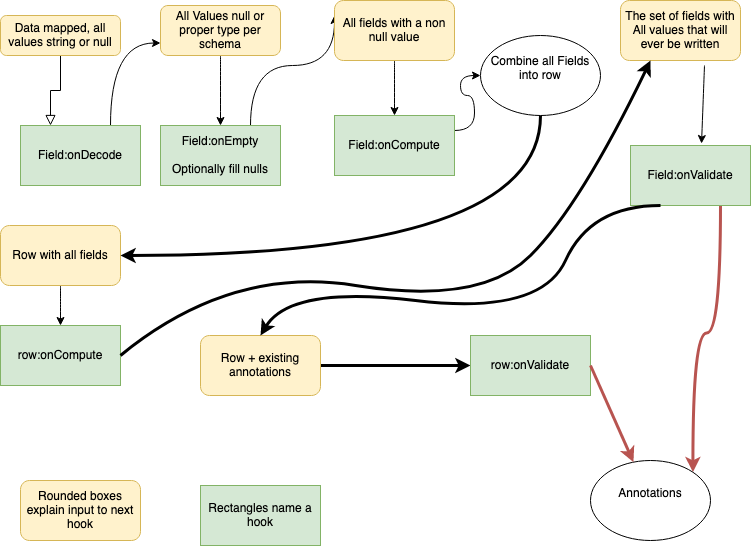
Before: assets/Event-Sequence.png, a diagram exported from draw.io (FlatFilers/platform-sdk-starter). Source tidied: cells renumbered, new cells last; positions are measured from the earlier drawing's top-left corner, leaving out a move shared by most shapes. The source it was exported from:
```xml
<mxGraphModel>
  <root>
    <mxCell id="0" />
    <mxCell id="1" parent="0" />
    <mxCell id="2" style="rounded=0;html=1;jettySize=auto;fontSize=11;endArrow=block;endFill=0;endSize=8;strokeWidth=1;shadow=0;labelBackgroundColor=none;edgeStyle=orthogonalEdgeStyle;entryX=0.25;entryY=0;entryDx=0;entryDy=0;" parent="1" edge="1" source="3" target="5">
      <mxGeometry relative="1" as="geometry" />
    </mxCell>
    <mxCell id="3" value="&lt;div&gt;Data mapped, all values string or null&lt;/div&gt;" style="rounded=1;whiteSpace=wrap;html=1;fontSize=12;glass=0;strokeWidth=1;shadow=0;fillColor=#fff2cc;strokeColor=#d6b656;" parent="1" vertex="1">
      <mxGeometry y="15" width="120" height="40" as="geometry" />
    </mxCell>
    <mxCell id="4" style="edgeStyle=orthogonalEdgeStyle;jettySize=auto;html=1;exitX=0.75;exitY=0;exitDx=0;exitDy=0;entryX=0;entryY=0.75;entryDx=0;entryDy=0;curved=1;" parent="1" edge="1" source="5" target="7">
      <mxGeometry relative="1" as="geometry" />
    </mxCell>
    <mxCell id="5" value="Field:onDecode" style="rounded=0;whiteSpace=wrap;html=1;fillColor=#d5e8d4;strokeColor=#82b366;" parent="1" vertex="1">
      <mxGeometry x="20" y="125" width="120" height="60" as="geometry" />
    </mxCell>
    <mxCell id="6" style="edgeStyle=orthogonalEdgeStyle;curved=1;jettySize=auto;html=1;exitX=0.5;exitY=1;exitDx=0;exitDy=0;entryX=0.5;entryY=0;entryDx=0;entryDy=0;" parent="1" edge="1" source="7" target="9">
      <mxGeometry relative="1" as="geometry" />
    </mxCell>
    <mxCell id="7" value="&lt;div&gt;All Values null or proper type per schema&lt;/div&gt;" style="rounded=1;whiteSpace=wrap;html=1;fillColor=#fff2cc;strokeColor=#d6b656;" parent="1" vertex="1">
      <mxGeometry x="160" y="5" width="120" height="50" as="geometry" />
    </mxCell>
    <mxCell id="8" style="edgeStyle=orthogonalEdgeStyle;curved=1;jettySize=auto;html=1;exitX=0.75;exitY=0;exitDx=0;exitDy=0;entryX=0;entryY=0.25;entryDx=0;entryDy=0;" parent="1" edge="1" source="9" target="11">
      <mxGeometry relative="1" as="geometry">
        <Array as="points">
          <mxPoint x="250" y="65" />
          <mxPoint x="334" y="65" />
        </Array>
      </mxGeometry>
    </mxCell>
    <mxCell id="9" value="&lt;div&gt;Field:onEmpty&lt;/div&gt;&lt;br&gt;Optionally fill nulls" style="rounded=0;whiteSpace=wrap;html=1;fillColor=#d5e8d4;strokeColor=#82b366;" parent="1" vertex="1">
      <mxGeometry x="160" y="125" width="120" height="60" as="geometry" />
    </mxCell>
    <mxCell id="10" style="edgeStyle=orthogonalEdgeStyle;curved=1;jettySize=auto;html=1;exitX=0.5;exitY=1;exitDx=0;exitDy=0;" parent="1" edge="1" source="11" target="13">
      <mxGeometry relative="1" as="geometry" />
    </mxCell>
    <mxCell id="11" value="&lt;div&gt;All fields with a non null value&lt;/div&gt;" style="rounded=1;whiteSpace=wrap;html=1;fillColor=#fff2cc;strokeColor=#d6b656;" parent="1" vertex="1">
      <mxGeometry x="334" width="120" height="60" as="geometry" />
    </mxCell>
    <mxCell id="12" style="edgeStyle=orthogonalEdgeStyle;curved=1;jettySize=auto;html=1;exitX=1;exitY=0.25;exitDx=0;exitDy=0;" parent="1" edge="1" source="13" target="19">
      <mxGeometry relative="1" as="geometry" />
    </mxCell>
    <mxCell id="13" value="&lt;div&gt;Field:onCompute&lt;/div&gt;" style="rounded=0;whiteSpace=wrap;html=1;fillColor=#d5e8d4;strokeColor=#82b366;" parent="1" vertex="1">
      <mxGeometry x="334" y="115" width="120" height="60" as="geometry" />
    </mxCell>
    <mxCell id="14" style="edgeStyle=orthogonalEdgeStyle;curved=1;jettySize=auto;html=1;exitX=0.5;exitY=1;exitDx=0;exitDy=0;" parent="1" edge="1" source="15" target="16">
      <mxGeometry relative="1" as="geometry" />
    </mxCell>
    <mxCell id="15" value="Row with all fields" style="rounded=1;whiteSpace=wrap;html=1;fillColor=#fff2cc;strokeColor=#d6b656;" parent="1" vertex="1">
      <mxGeometry y="225" width="120" height="60" as="geometry" />
    </mxCell>
    <mxCell id="16" value="row:onCompute" style="rounded=0;whiteSpace=wrap;html=1;fillColor=#d5e8d4;strokeColor=#82b366;" parent="1" vertex="1">
      <mxGeometry y="325" width="120" height="60" as="geometry" />
    </mxCell>
    <mxCell id="17" style="endArrow=classic;html=1;curved=1;exitX=0.7;exitY=1.083;exitDx=0;exitDy=0;exitPerimeter=0;entryX=0.592;entryY=-0.033;entryDx=0;entryDy=0;entryPerimeter=0;" parent="1" edge="1" source="20" target="23">
      <mxGeometry relative="1" as="geometry" />
    </mxCell>
    <mxCell id="18" style="edgeStyle=orthogonalEdgeStyle;curved=1;jettySize=auto;html=1;exitX=0.5;exitY=1;exitDx=0;exitDy=0;entryX=1;entryY=0.5;entryDx=0;entryDy=0;strokeWidth=3;" parent="1" edge="1" source="19" target="15">
      <mxGeometry relative="1" as="geometry" />
    </mxCell>
    <mxCell id="19" value="&lt;div&gt;Combine all Fields into row&lt;/div&gt;&lt;div&gt;&lt;br&gt;&lt;/div&gt;" style="ellipse;whiteSpace=wrap;html=1;" parent="1" vertex="1">
      <mxGeometry x="480" y="35" width="120" height="80" as="geometry" />
    </mxCell>
    <mxCell id="20" value="The set of fields with All values that will ever be written" style="rounded=1;whiteSpace=wrap;html=1;fillColor=#fff2cc;strokeColor=#d6b656;" parent="1" vertex="1">
      <mxGeometry x="620" width="120" height="60" as="geometry" />
    </mxCell>
    <mxCell id="21" style="endArrow=classic;html=1;curved=1;exitX=1;exitY=0.5;exitDx=0;exitDy=0;entryX=0.25;entryY=1;entryDx=0;entryDy=0;strokeWidth=3;" parent="1" edge="1" source="16" target="20">
      <mxGeometry relative="1" as="geometry">
        <Array as="points">
          <mxPoint x="230" y="265" />
          <mxPoint x="480" y="305" />
          <mxPoint x="580" y="205" />
        </Array>
      </mxGeometry>
    </mxCell>
    <mxCell id="22" style="edgeStyle=orthogonalEdgeStyle;curved=1;jettySize=auto;html=1;exitX=0.75;exitY=1;exitDx=0;exitDy=0;entryX=1;entryY=0;entryDx=0;entryDy=0;strokeWidth=3;fillColor=#f8cecc;strokeColor=#b85450;" parent="1" edge="1" source="23" target="28">
      <mxGeometry relative="1" as="geometry" />
    </mxCell>
    <mxCell id="23" value="Field:onValidate" style="rounded=0;whiteSpace=wrap;html=1;fillColor=#d5e8d4;strokeColor=#82b366;" parent="1" vertex="1">
      <mxGeometry x="630" y="145" width="120" height="60" as="geometry" />
    </mxCell>
    <mxCell id="24" style="edgeStyle=orthogonalEdgeStyle;curved=1;jettySize=auto;html=1;exitX=1;exitY=0.5;exitDx=0;exitDy=0;entryX=0;entryY=0.5;entryDx=0;entryDy=0;strokeWidth=3;" parent="1" edge="1" source="25" target="27">
      <mxGeometry relative="1" as="geometry" />
    </mxCell>
    <mxCell id="25" value="Row + existing annotations" style="rounded=1;whiteSpace=wrap;html=1;fillColor=#fff2cc;strokeColor=#d6b656;" parent="1" vertex="1">
      <mxGeometry x="200" y="335" width="120" height="60" as="geometry" />
    </mxCell>
    <mxCell id="26" style="endArrow=classic;html=1;strokeWidth=3;curved=1;exitX=0.25;exitY=1;exitDx=0;exitDy=0;entryX=0.5;entryY=0;entryDx=0;entryDy=0;" parent="1" edge="1" source="23" target="25">
      <mxGeometry relative="1" as="geometry">
        <Array as="points">
          <mxPoint x="590" y="205" />
          <mxPoint x="540" y="315" />
          <mxPoint x="290" y="285" />
        </Array>
      </mxGeometry>
    </mxCell>
    <mxCell id="27" value="&lt;div&gt;row:onValidate&lt;/div&gt;" style="rounded=0;whiteSpace=wrap;html=1;fillColor=#d5e8d4;strokeColor=#82b366;" parent="1" vertex="1">
      <mxGeometry x="470" y="335" width="120" height="60" as="geometry" />
    </mxCell>
    <mxCell id="28" value="&lt;div&gt;Annotations&lt;/div&gt;&lt;div&gt;&lt;br&gt;&lt;/div&gt;" style="ellipse;whiteSpace=wrap;html=1;" parent="1" vertex="1">
      <mxGeometry x="590" y="460" width="120" height="80" as="geometry" />
    </mxCell>
    <mxCell id="29" style="endArrow=classic;html=1;strokeWidth=3;curved=1;exitX=1;exitY=0.5;exitDx=0;exitDy=0;fillColor=#f8cecc;strokeColor=#b85450;" parent="1" edge="1" source="27" target="28">
      <mxGeometry relative="1" as="geometry" />
    </mxCell>
    <mxCell id="30" value="Rounded boxes explain input to next hook" style="rounded=1;whiteSpace=wrap;html=1;fillColor=#fff2cc;strokeColor=#d6b656;" parent="1" vertex="1">
      <mxGeometry x="20" y="480" width="120" height="60" as="geometry" />
    </mxCell>
    <mxCell id="31" value="Rectangles name a hook" style="rounded=0;whiteSpace=wrap;html=1;fillColor=#d5e8d4;strokeColor=#82b366;" parent="1" vertex="1">
      <mxGeometry x="200" y="485" width="120" height="60" as="geometry" />
    </mxCell>
  </root>
</mxGraphModel>
```
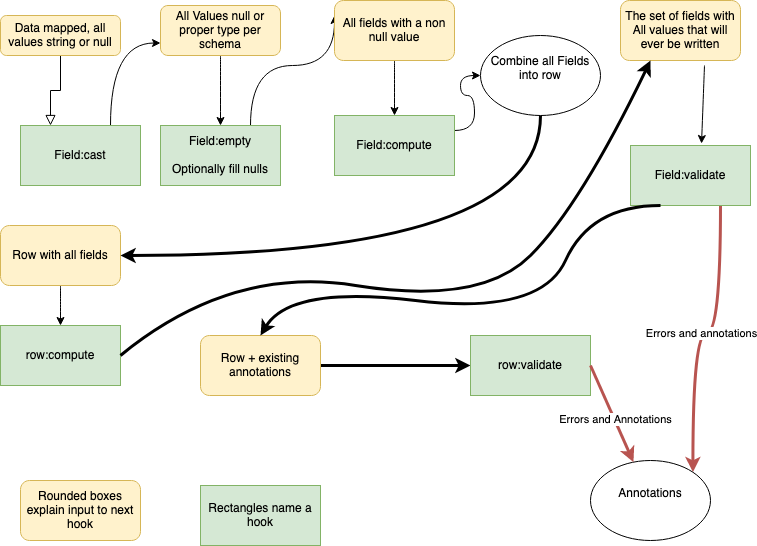
After the change.

Commit message:
updated graphic with new event names

The edit, as a diff of the source:
```diff
@@ -11,7 +11,7 @@
     <mxCell id="4" style="edgeStyle=orthogonalEdgeStyle;jettySize=auto;html=1;exitX=0.75;exitY=0;exitDx=0;exitDy=0;entryX=0;entryY=0.75;entryDx=0;entryDy=0;curved=1;" parent="1" edge="1" source="5" target="7">
       <mxGeometry relative="1" as="geometry" />
     </mxCell>
-    <mxCell id="5" value="Field:onDecode" style="rounded=0;whiteSpace=wrap;html=1;fillColor=#d5e8d4;strokeColor=#82b366;" parent="1" vertex="1">
+    <mxCell id="5" value="Field:cast" style="rounded=0;whiteSpace=wrap;html=1;fillColor=#d5e8d4;strokeColor=#82b366;" parent="1" vertex="1">
       <mxGeometry x="20" y="125" width="120" height="60" as="geometry" />
     </mxCell>
     <mxCell id="6" style="edgeStyle=orthogonalEdgeStyle;curved=1;jettySize=auto;html=1;exitX=0.5;exitY=1;exitDx=0;exitDy=0;entryX=0.5;entryY=0;entryDx=0;entryDy=0;" parent="1" edge="1" source="7" target="9">
@@ -28,7 +28,7 @@
         </Array>
       </mxGeometry>
     </mxCell>
-    <mxCell id="9" value="&lt;div&gt;Field:onEmpty&lt;/div&gt;&lt;br&gt;Optionally fill nulls" style="rounded=0;whiteSpace=wrap;html=1;fillColor=#d5e8d4;strokeColor=#82b366;" parent="1" vertex="1">
+    <mxCell id="9" value="&lt;div&gt;Field:empty&lt;/div&gt;&lt;br&gt;Optionally fill nulls" style="rounded=0;whiteSpace=wrap;html=1;fillColor=#d5e8d4;strokeColor=#82b366;" parent="1" vertex="1">
       <mxGeometry x="160" y="125" width="120" height="60" as="geometry" />
     </mxCell>
     <mxCell id="10" style="edgeStyle=orthogonalEdgeStyle;curved=1;jettySize=auto;html=1;exitX=0.5;exitY=1;exitDx=0;exitDy=0;" parent="1" edge="1" source="11" target="13">
@@ -40,7 +40,7 @@
     <mxCell id="12" style="edgeStyle=orthogonalEdgeStyle;curved=1;jettySize=auto;html=1;exitX=1;exitY=0.25;exitDx=0;exitDy=0;" parent="1" edge="1" source="13" target="19">
       <mxGeometry relative="1" as="geometry" />
     </mxCell>
-    <mxCell id="13" value="&lt;div&gt;Field:onCompute&lt;/div&gt;" style="rounded=0;whiteSpace=wrap;html=1;fillColor=#d5e8d4;strokeColor=#82b366;" parent="1" vertex="1">
+    <mxCell id="13" value="&lt;div&gt;Field:compute&lt;/div&gt;" style="rounded=0;whiteSpace=wrap;html=1;fillColor=#d5e8d4;strokeColor=#82b366;" parent="1" vertex="1">
       <mxGeometry x="334" y="115" width="120" height="60" as="geometry" />
     </mxCell>
     <mxCell id="14" style="edgeStyle=orthogonalEdgeStyle;curved=1;jettySize=auto;html=1;exitX=0.5;exitY=1;exitDx=0;exitDy=0;" parent="1" edge="1" source="15" target="16">
@@ -49,7 +49,7 @@
     <mxCell id="15" value="Row with all fields" style="rounded=1;whiteSpace=wrap;html=1;fillColor=#fff2cc;strokeColor=#d6b656;" parent="1" vertex="1">
       <mxGeometry y="225" width="120" height="60" as="geometry" />
     </mxCell>
-    <mxCell id="16" value="row:onCompute" style="rounded=0;whiteSpace=wrap;html=1;fillColor=#d5e8d4;strokeColor=#82b366;" parent="1" vertex="1">
+    <mxCell id="16" value="row:compute" style="rounded=0;whiteSpace=wrap;html=1;fillColor=#d5e8d4;strokeColor=#82b366;" parent="1" vertex="1">
       <mxGeometry y="325" width="120" height="60" as="geometry" />
     </mxCell>
     <mxCell id="17" style="endArrow=classic;html=1;curved=1;exitX=0.7;exitY=1.083;exitDx=0;exitDy=0;exitPerimeter=0;entryX=0.592;entryY=-0.033;entryDx=0;entryDy=0;entryPerimeter=0;" parent="1" edge="1" source="20" target="23">
@@ -73,10 +73,10 @@
         </Array>
       </mxGeometry>
     </mxCell>
-    <mxCell id="22" style="edgeStyle=orthogonalEdgeStyle;curved=1;jettySize=auto;html=1;exitX=0.75;exitY=1;exitDx=0;exitDy=0;entryX=1;entryY=0;entryDx=0;entryDy=0;strokeWidth=3;fillColor=#f8cecc;strokeColor=#b85450;" parent="1" edge="1" source="23" target="28">
+    <mxCell id="22" value="&lt;div&gt;Errors and annotations&lt;/div&gt;" style="edgeStyle=orthogonalEdgeStyle;curved=1;jettySize=auto;html=1;exitX=0.75;exitY=1;exitDx=0;exitDy=0;entryX=1;entryY=0;entryDx=0;entryDy=0;strokeWidth=3;fillColor=#f8cecc;strokeColor=#b85450;" parent="1" edge="1" source="23" target="28">
       <mxGeometry relative="1" as="geometry" />
     </mxCell>
-    <mxCell id="23" value="Field:onValidate" style="rounded=0;whiteSpace=wrap;html=1;fillColor=#d5e8d4;strokeColor=#82b366;" parent="1" vertex="1">
+    <mxCell id="23" value="Field:validate" style="rounded=0;whiteSpace=wrap;html=1;fillColor=#d5e8d4;strokeColor=#82b366;" parent="1" vertex="1">
       <mxGeometry x="630" y="145" width="120" height="60" as="geometry" />
     </mxCell>
     <mxCell id="24" style="edgeStyle=orthogonalEdgeStyle;curved=1;jettySize=auto;html=1;exitX=1;exitY=0.5;exitDx=0;exitDy=0;entryX=0;entryY=0.5;entryDx=0;entryDy=0;strokeWidth=3;" parent="1" edge="1" source="25" target="27">
@@ -94,7 +94,7 @@
         </Array>
       </mxGeometry>
     </mxCell>
-    <mxCell id="27" value="&lt;div&gt;row:onValidate&lt;/div&gt;" style="rounded=0;whiteSpace=wrap;html=1;fillColor=#d5e8d4;strokeColor=#82b366;" parent="1" vertex="1">
+    <mxCell id="27" value="&lt;div&gt;row:validate&lt;/div&gt;" style="rounded=0;whiteSpace=wrap;html=1;fillColor=#d5e8d4;strokeColor=#82b366;" parent="1" vertex="1">
       <mxGeometry x="470" y="335" width="120" height="60" as="geometry" />
     </mxCell>
     <mxCell id="28" value="&lt;div&gt;Annotations&lt;/div&gt;&lt;div&gt;&lt;br&gt;&lt;/div&gt;" style="ellipse;whiteSpace=wrap;html=1;" parent="1" vertex="1">
@@ -103,6 +103,9 @@
     <mxCell id="29" style="endArrow=classic;html=1;strokeWidth=3;curved=1;exitX=1;exitY=0.5;exitDx=0;exitDy=0;fillColor=#f8cecc;strokeColor=#b85450;" parent="1" edge="1" source="27" target="28">
       <mxGeometry relative="1" as="geometry" />
     </mxCell>
+    <mxCell id="32" value="Errors and Annotations" style="edgeLabel;html=1;align=center;verticalAlign=middle;" parent="29" vertex="1">
+      <mxGeometry x="0.13" y="1" relative="1" as="geometry" />
+    </mxCell>
     <mxCell id="30" value="Rounded boxes explain input to next hook" style="rounded=1;whiteSpace=wrap;html=1;fillColor=#fff2cc;strokeColor=#d6b656;" parent="1" vertex="1">
       <mxGeometry x="20" y="480" width="120" height="60" as="geometry" />
     </mxCell>
```
